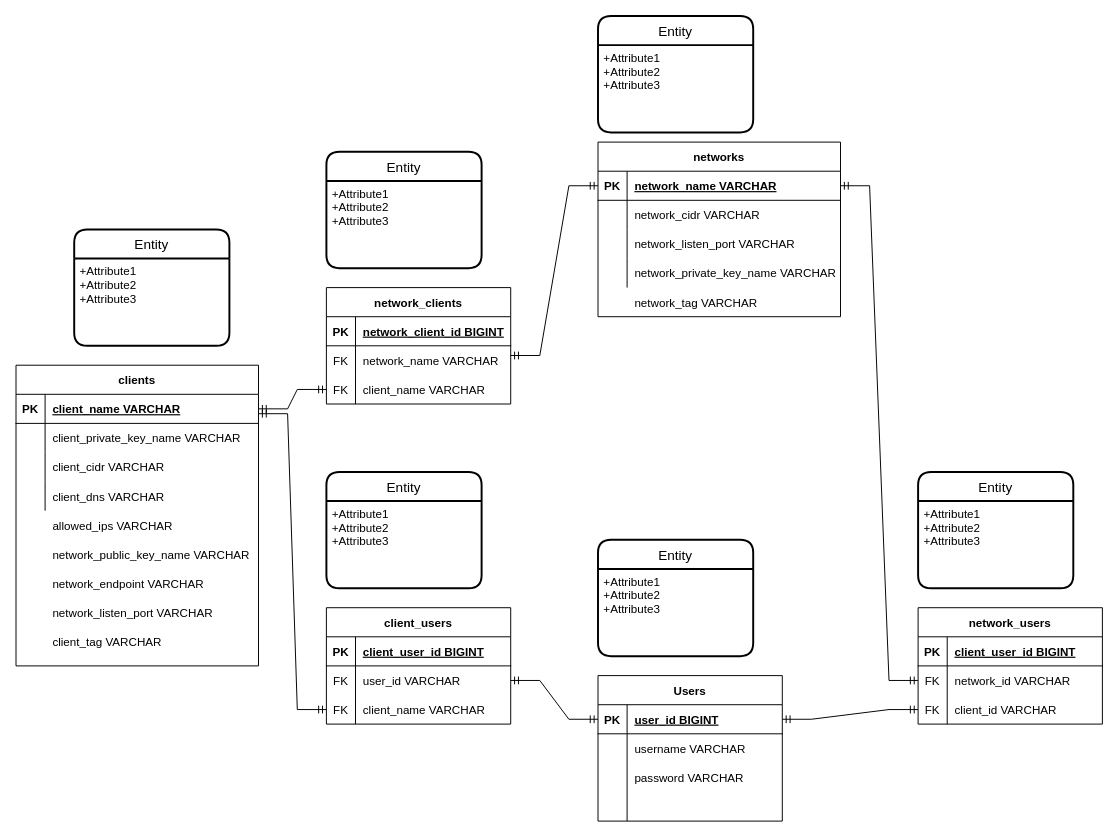
Earlier version of the draw.io diagram doc/yaws-erd.drawio (brcsrc/YetAnotherWireguardServer). Source tidied: cells renumbered, new cells numbered last; positions are measured from the earlier drawing's top-left corner, leaving out a move shared by most shapes. Both pictures are drawn from the tidied source at 97%, with x=0, y=0 at pixel (16, 16).
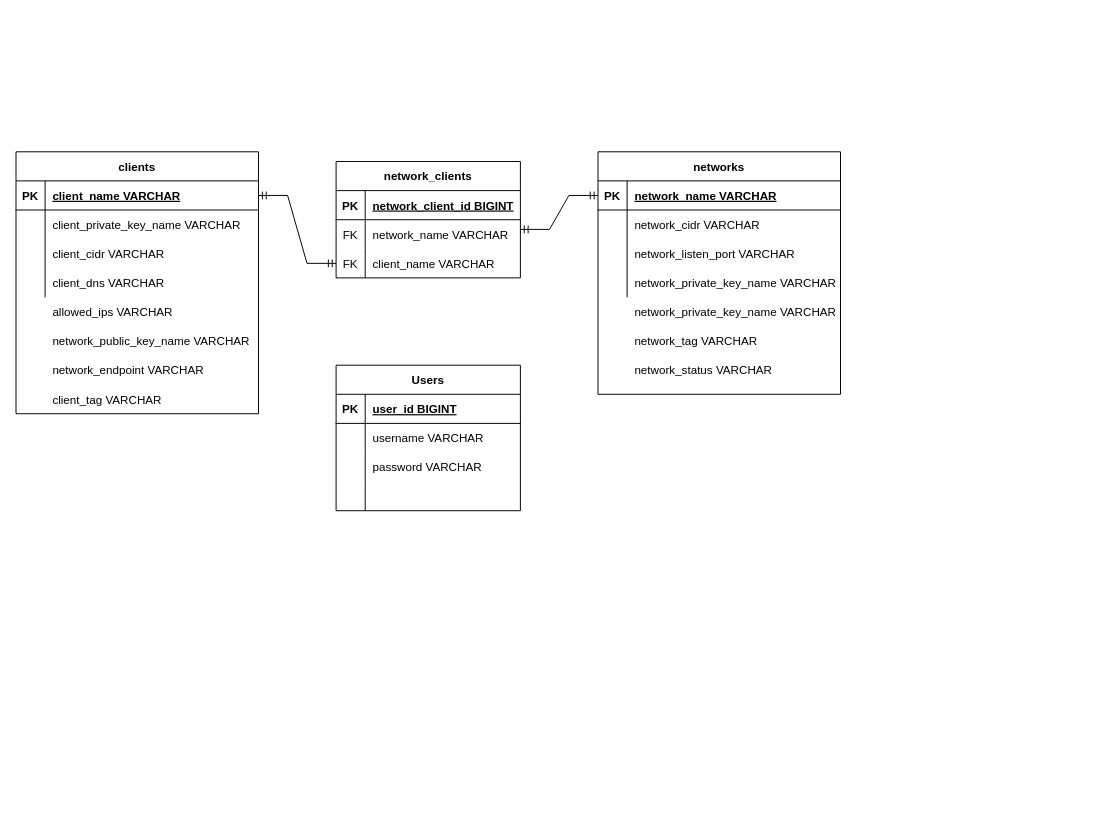
Above is the later version.

The change refers to these unchanged cells:
```xml
<mxCell id="18" style="shape=partialRectangle;fillColor=none;top=0;left=0;bottom=1;right=0;points=[[0,0.5],[1,0.5]];portConstraint=eastwest;" parent="17" vertex="1">
  <mxGeometry y="30" width="250" height="30" as="geometry" />
</mxCell>
<mxCell id="31" style="shape=partialRectangle;fillColor=none;top=0;left=0;bottom=1;right=0;points=[[0,0.5],[1,0.5]];portConstraint=eastwest;" parent="30" vertex="1">
  <mxGeometry y="30" width="190" height="30" as="geometry" />
</mxCell>
```

Change to the diagram source:
```diff
@@
     <mxCell id="2" value="clients" style="shape=table;startSize=30;childLayout=tableLayout;rowLines=0;fontStyle=1;align=center;" parent="1" vertex="1">
-      <mxGeometry y="360" width="250" height="310" as="geometry" />
+      <mxGeometry y="140" width="250" height="270" as="geometry" />
     </mxCell>
@@
-    <mxCell id="15" value="Entity" style="swimlane;horizontal=1;startSize=30;rounded=1;fontSize=14;fontStyle=0;strokeWidth=2;shadow=0;dashed=0;align=center;" parent="1" vertex="1">
-      <mxGeometry x="60" y="220" width="160" height="120" as="geometry" />
-    </mxCell>
-    <mxCell id="16" value="+Attribute1&#10;+Attribute2&#10;+Attribute3" style="align=left;strokeColor=none;fillColor=none;spacingLeft=4;fontSize=12;verticalAlign=top;" parent="15" vertex="1">
-      <mxGeometry y="30" width="160" height="90" as="geometry" />
-    </mxCell>
     <mxCell id="17" value="networks" style="shape=table;startSize=30;childLayout=tableLayout;rowLines=0;fontStyle=1;align=center;" parent="1" vertex="1">
-      <mxGeometry x="600" y="130" width="250" height="180" as="geometry" />
+      <mxGeometry x="600" y="140" width="250" height="250" as="geometry" />
     </mxCell>
@@
     <mxCell id="30" value="Users" style="shape=table;startSize=30;childLayout=tableLayout;rowLines=0;fontStyle=1;align=center;" parent="1" vertex="1">
-      <mxGeometry x="600" y="680" width="190" height="150" as="geometry" />
+      <mxGeometry x="330" y="360" width="190" height="150" as="geometry" />
     </mxCell>
@@
-    <mxCell id="43" value="Entity" style="swimlane;horizontal=1;startSize=30;rounded=1;fontSize=14;fontStyle=0;strokeWidth=2;shadow=0;dashed=0;align=center;" parent="1" vertex="1">
-      <mxGeometry x="600" width="160" height="120" as="geometry" />
-    </mxCell>
-    <mxCell id="44" value="+Attribute1&#10;+Attribute2&#10;+Attribute3" style="align=left;strokeColor=none;fillColor=none;spacingLeft=4;fontSize=12;verticalAlign=top;" parent="43" vertex="1">
-      <mxGeometry y="30" width="160" height="90" as="geometry" />
-    </mxCell>
-    <mxCell id="45" value="Entity" style="swimlane;horizontal=1;startSize=30;rounded=1;fontSize=14;fontStyle=0;strokeWidth=2;shadow=0;dashed=0;align=center;" parent="1" vertex="1">
-      <mxGeometry x="600" y="540" width="160" height="120" as="geometry" />
-    </mxCell>
-    <mxCell id="46" value="+Attribute1&#10;+Attribute2&#10;+Attribute3" style="align=left;strokeColor=none;fillColor=none;spacingLeft=4;fontSize=12;verticalAlign=top;" parent="45" vertex="1">
-      <mxGeometry y="30" width="160" height="90" as="geometry" />
-    </mxCell>
     <mxCell id="47" style="shape=partialRectangle;fillColor=none;top=0;left=0;bottom=0;right=0;align=left;spacingLeft=6;overflow=hidden;" parent="1" vertex="1">
-      <mxGeometry x="630" y="250" width="160" height="30" as="geometry" />
+      <mxGeometry x="630" y="260" width="160" height="30" as="geometry" />
     </mxCell>
     <mxCell id="48" value="network_cidr VARCHAR" style="shape=partialRectangle;fillColor=none;top=0;left=0;bottom=0;right=0;align=left;spacingLeft=6;overflow=hidden;" parent="1" vertex="1">
-      <mxGeometry x="630" y="190" width="160" height="30" as="geometry" />
+      <mxGeometry x="630" y="200" width="160" height="30" as="geometry" />
     </mxCell>
     <mxCell id="49" value="network_listen_port VARCHAR" style="shape=partialRectangle;fillColor=none;top=0;left=0;bottom=0;right=0;align=left;spacingLeft=6;overflow=hidden;" parent="1" vertex="1">
-      <mxGeometry x="630" y="220" width="180" height="30" as="geometry" />
+      <mxGeometry x="630" y="230" width="180" height="30" as="geometry" />
     </mxCell>
     <mxCell id="50" value="network_clients" style="shape=table;startSize=30;childLayout=tableLayout;rowLines=0;fontStyle=1;align=center;" parent="1" vertex="1">
-      <mxGeometry x="320" y="280" width="190" height="120" as="geometry" />
+      <mxGeometry x="330" y="150" width="190" height="120" as="geometry" />
     </mxCell>
@@
     <mxCell id="60" value="network_name VARCHAR" style="shape=partialRectangle;fillColor=none;top=0;left=0;bottom=0;right=0;align=left;spacingLeft=6;overflow=hidden;" parent="1" vertex="1">
-      <mxGeometry x="350" y="340" width="160" height="30" as="geometry" />
+      <mxGeometry x="360" y="210" width="160" height="30" as="geometry" />
     </mxCell>
@@
     <mxCell id="62" style="edgeStyle=entityRelationEdgeStyle;fontSize=12;html=1;endArrow=ERmandOne;startArrow=ERmandOne;rounded=0;entryX=0;entryY=0.5;entryDx=0;entryDy=0;" parent="1" edge="1" target="18">
       <mxGeometry relative="1" as="geometry">
-        <mxPoint x="510" y="350" as="sourcePoint" />
+        <mxPoint x="520" y="220" as="sourcePoint" />
       </mxGeometry>
     </mxCell>
-    <mxCell id="63" value="client_users" style="shape=table;startSize=30;childLayout=tableLayout;rowLines=0;fontStyle=1;align=center;" parent="1" vertex="1">
-      <mxGeometry x="320" y="610" width="190" height="120" as="geometry" />
-    </mxCell>
-    <mxCell id="64" style="shape=partialRectangle;fillColor=none;top=0;left=0;bottom=1;right=0;" parent="63" vertex="1">
-      <mxGeometry y="30" width="190" height="30" as="geometry" />
-    </mxCell>
-    <mxCell id="65" value="PK" style="shape=partialRectangle;fillColor=none;top=0;left=0;bottom=0;right=0;fontStyle=1;overflow=hidden;" parent="64" vertex="1">
-      <mxGeometry width="30" height="30" as="geometry" />
-    </mxCell>
-    <mxCell id="66" value="client_user_id BIGINT" style="shape=partialRectangle;fillColor=none;top=0;left=0;bottom=0;right=0;align=left;spacingLeft=6;fontStyle=5;overflow=hidden;" parent="64" vertex="1">
-      <mxGeometry x="30" width="160" height="30" as="geometry" />
-    </mxCell>
-    <mxCell id="67" style="shape=partialRectangle;fillColor=none;top=0;left=0;bottom=0;right=0;points=[[0,0.5],[1,0.5]];portConstraint=eastwest;" parent="63" vertex="1">
-      <mxGeometry y="60" width="190" height="30" as="geometry" />
-    </mxCell>
-    <mxCell id="68" value="FK" style="shape=partialRectangle;fillColor=none;top=0;left=0;bottom=0;right=0;overflow=hidden;" parent="67" vertex="1">
-      <mxGeometry width="30" height="30" as="geometry" />
-    </mxCell>
-    <mxCell id="69" value="user_id VARCHAR" style="shape=partialRectangle;fillColor=none;top=0;left=0;bottom=0;right=0;align=left;spacingLeft=6;overflow=hidden;" parent="67" vertex="1">
-      <mxGeometry x="30" width="160" height="30" as="geometry" />
-    </mxCell>
-    <mxCell id="70" style="shape=partialRectangle;fillColor=none;top=0;left=0;bottom=0;right=0;points=[[0,0.5],[1,0.5]];portConstraint=eastwest;" parent="63" vertex="1">
-      <mxGeometry y="90" width="190" height="30" as="geometry" />
-    </mxCell>
-    <mxCell id="71" value="FK" style="shape=partialRectangle;fillColor=none;top=0;left=0;bottom=0;right=0;overflow=hidden;" parent="70" vertex="1">
-      <mxGeometry width="30" height="30" as="geometry" />
-    </mxCell>
-    <mxCell id="72" value="client_name VARCHAR" style="shape=partialRectangle;fillColor=none;top=0;left=0;bottom=0;right=0;align=left;spacingLeft=6;overflow=hidden;" parent="70" vertex="1">
-      <mxGeometry x="30" width="160" height="30" as="geometry" />
-    </mxCell>
-    <mxCell id="73" value="Entity" style="swimlane;horizontal=1;startSize=30;rounded=1;fontSize=14;fontStyle=0;strokeWidth=2;shadow=0;dashed=0;align=center;" parent="1" vertex="1">
-      <mxGeometry x="320" y="140" width="160" height="120" as="geometry" />
-    </mxCell>
-    <mxCell id="74" value="+Attribute1&#10;+Attribute2&#10;+Attribute3" style="align=left;strokeColor=none;fillColor=none;spacingLeft=4;fontSize=12;verticalAlign=top;" parent="73" vertex="1">
-      <mxGeometry y="30" width="160" height="90" as="geometry" />
-    </mxCell>
-    <mxCell id="75" value="Entity" style="swimlane;horizontal=1;startSize=30;rounded=1;fontSize=14;fontStyle=0;strokeWidth=2;shadow=0;dashed=0;align=center;" parent="1" vertex="1">
-      <mxGeometry x="320" y="470" width="160" height="120" as="geometry" />
-    </mxCell>
-    <mxCell id="76" value="+Attribute1&#10;+Attribute2&#10;+Attribute3" style="align=left;strokeColor=none;fillColor=none;spacingLeft=4;fontSize=12;verticalAlign=top;" parent="75" vertex="1">
-      <mxGeometry y="30" width="160" height="90" as="geometry" />
-    </mxCell>
-    <mxCell id="77" value="network_users" style="shape=table;startSize=30;childLayout=tableLayout;rowLines=0;fontStyle=1;align=center;" parent="1" vertex="1">
-      <mxGeometry x="930" y="610" width="190" height="120" as="geometry" />
-    </mxCell>
-    <mxCell id="78" style="shape=partialRectangle;fillColor=none;top=0;left=0;bottom=1;right=0;" parent="77" vertex="1">
-      <mxGeometry y="30" width="190" height="30" as="geometry" />
-    </mxCell>
-    <mxCell id="79" value="PK" style="shape=partialRectangle;fillColor=none;top=0;left=0;bottom=0;right=0;fontStyle=1;overflow=hidden;" parent="78" vertex="1">
-      <mxGeometry width="30" height="30" as="geometry" />
-    </mxCell>
-    <mxCell id="80" value="client_user_id BIGINT" style="shape=partialRectangle;fillColor=none;top=0;left=0;bottom=0;right=0;align=left;spacingLeft=6;fontStyle=5;overflow=hidden;" parent="78" vertex="1">
-      <mxGeometry x="30" width="160" height="30" as="geometry" />
-    </mxCell>
-    <mxCell id="81" style="shape=partialRectangle;fillColor=none;top=0;left=0;bottom=0;right=0;points=[[0,0.5],[1,0.5]];portConstraint=eastwest;" parent="77" vertex="1">
-      <mxGeometry y="60" width="190" height="30" as="geometry" />
-    </mxCell>
-    <mxCell id="82" value="FK" style="shape=partialRectangle;fillColor=none;top=0;left=0;bottom=0;right=0;overflow=hidden;" parent="81" vertex="1">
-      <mxGeometry width="30" height="30" as="geometry" />
-    </mxCell>
-    <mxCell id="83" value="network_id VARCHAR" style="shape=partialRectangle;fillColor=none;top=0;left=0;bottom=0;right=0;align=left;spacingLeft=6;overflow=hidden;" parent="81" vertex="1">
-      <mxGeometry x="30" width="160" height="30" as="geometry" />
-    </mxCell>
-    <mxCell id="84" style="shape=partialRectangle;fillColor=none;top=0;left=0;bottom=0;right=0;points=[[0,0.5],[1,0.5]];portConstraint=eastwest;" parent="77" vertex="1">
-      <mxGeometry y="90" width="190" height="30" as="geometry" />
-    </mxCell>
-    <mxCell id="85" value="FK" style="shape=partialRectangle;fillColor=none;top=0;left=0;bottom=0;right=0;overflow=hidden;" parent="84" vertex="1">
-      <mxGeometry width="30" height="30" as="geometry" />
-    </mxCell>
-    <mxCell id="86" value="client_id VARCHAR" style="shape=partialRectangle;fillColor=none;top=0;left=0;bottom=0;right=0;align=left;spacingLeft=6;overflow=hidden;" parent="84" vertex="1">
-      <mxGeometry x="30" width="160" height="30" as="geometry" />
-    </mxCell>
-    <mxCell id="87" value="Entity" style="swimlane;horizontal=1;startSize=30;rounded=1;fontSize=14;fontStyle=0;strokeWidth=2;shadow=0;dashed=0;align=center;" parent="1" vertex="1">
-      <mxGeometry x="930" y="470" width="160" height="120" as="geometry" />
-    </mxCell>
-    <mxCell id="88" value="+Attribute1&#10;+Attribute2&#10;+Attribute3" style="align=left;strokeColor=none;fillColor=none;spacingLeft=4;fontSize=12;verticalAlign=top;" parent="87" vertex="1">
-      <mxGeometry y="30" width="160" height="90" as="geometry" />
-    </mxCell>
-    <mxCell id="89" style="edgeStyle=entityRelationEdgeStyle;fontSize=12;html=1;endArrow=ERmandOne;startArrow=ERmandOne;rounded=0;entryX=1;entryY=0.5;entryDx=0;entryDy=0;exitX=0;exitY=0.5;exitDx=0;exitDy=0;" parent="1" edge="1" source="81" target="18">
-      <mxGeometry relative="1" as="geometry" />
-    </mxCell>
-    <mxCell id="90" style="edgeStyle=entityRelationEdgeStyle;fontSize=12;html=1;endArrow=ERmandOne;startArrow=ERmandOne;rounded=0;exitX=1;exitY=0.5;exitDx=0;exitDy=0;entryX=0;entryY=0.5;entryDx=0;entryDy=0;" parent="1" edge="1" source="31" target="84">
-      <mxGeometry relative="1" as="geometry" />
-    </mxCell>
-    <mxCell id="91" style="edgeStyle=entityRelationEdgeStyle;fontSize=12;html=1;endArrow=ERmandOne;startArrow=ERmandOne;rounded=0;entryX=0;entryY=0.5;entryDx=0;entryDy=0;exitX=1;exitY=0.5;exitDx=0;exitDy=0;" parent="1" edge="1" source="67" target="31">
-      <mxGeometry relative="1" as="geometry" />
-    </mxCell>
-    <mxCell id="92" style="edgeStyle=entityRelationEdgeStyle;fontSize=12;html=1;endArrow=ERmandOne;startArrow=ERmandOne;rounded=0;entryX=0;entryY=0.5;entryDx=0;entryDy=0;" parent="1" edge="1" target="70">
-      <mxGeometry relative="1" as="geometry">
-        <mxPoint x="250" y="410" as="sourcePoint" />
-      </mxGeometry>
-    </mxCell>
     <mxCell id="93" value="allowed_ips VARCHAR" style="shape=partialRectangle;fillColor=none;top=0;left=0;bottom=0;right=0;align=left;spacingLeft=6;overflow=hidden;" parent="1" vertex="1">
-      <mxGeometry x="30" y="510" width="220" height="30" as="geometry" />
+      <mxGeometry x="30" y="290" width="220" height="30" as="geometry" />
     </mxCell>
     <mxCell id="94" value="network_public_key_name VARCHAR" style="shape=partialRectangle;fillColor=none;top=0;left=0;bottom=0;right=0;align=left;spacingLeft=6;overflow=hidden;" parent="1" vertex="1">
-      <mxGeometry x="30" y="540" width="220" height="30" as="geometry" />
+      <mxGeometry x="30" y="320" width="220" height="30" as="geometry" />
     </mxCell>
     <mxCell id="95" value="network_endpoint VARCHAR" style="shape=partialRectangle;fillColor=none;top=0;left=0;bottom=0;right=0;align=left;spacingLeft=6;overflow=hidden;" parent="1" vertex="1">
-      <mxGeometry x="30" y="570" width="220" height="30" as="geometry" />
+      <mxGeometry x="30" y="350" width="220" height="30" as="geometry" />
     </mxCell>
-    <mxCell id="96" value="network_listen_port VARCHAR" style="shape=partialRectangle;fillColor=none;top=0;left=0;bottom=0;right=0;align=left;spacingLeft=6;overflow=hidden;" parent="1" vertex="1">
-      <mxGeometry x="30" y="600" width="220" height="30" as="geometry" />
-    </mxCell>
     <mxCell id="97" value="client_tag VARCHAR" style="shape=partialRectangle;fillColor=none;top=0;left=0;bottom=0;right=0;align=left;spacingLeft=6;overflow=hidden;" parent="1" vertex="1">
-      <mxGeometry x="30" y="630" width="220" height="30" as="geometry" />
+      <mxGeometry x="30" y="380" width="220" height="30" as="geometry" />
     </mxCell>
     <mxCell id="98" value="network_private_key_name VARCHAR" style="shape=partialRectangle;fillColor=none;top=0;left=0;bottom=0;right=0;align=left;spacingLeft=6;overflow=hidden;" parent="1" vertex="1">
-      <mxGeometry x="630" y="250" width="220" height="30" as="geometry" />
+      <mxGeometry x="630" y="260" width="220" height="30" as="geometry" />
     </mxCell>
     <mxCell id="99" value="network_tag VARCHAR" style="shape=partialRectangle;fillColor=none;top=0;left=0;bottom=0;right=0;align=left;spacingLeft=6;overflow=hidden;" parent="1" vertex="1">
-      <mxGeometry x="630" y="280" width="220" height="30" as="geometry" />
+      <mxGeometry x="630" y="320" width="220" height="30" as="geometry" />
     </mxCell>
+    <mxCell id="100" value="network_private_key_name VARCHAR" style="shape=partialRectangle;fillColor=none;top=0;left=0;bottom=0;right=0;align=left;spacingLeft=6;overflow=hidden;" parent="1" vertex="1">
+      <mxGeometry x="630" y="290" width="220" height="30" as="geometry" />
+    </mxCell>
+    <mxCell id="101" value="network_status VARCHAR" style="shape=partialRectangle;fillColor=none;top=0;left=0;bottom=0;right=0;align=left;spacingLeft=6;overflow=hidden;" parent="1" vertex="1">
+      <mxGeometry x="630" y="350" width="220" height="30" as="geometry" />
+    </mxCell>
```
